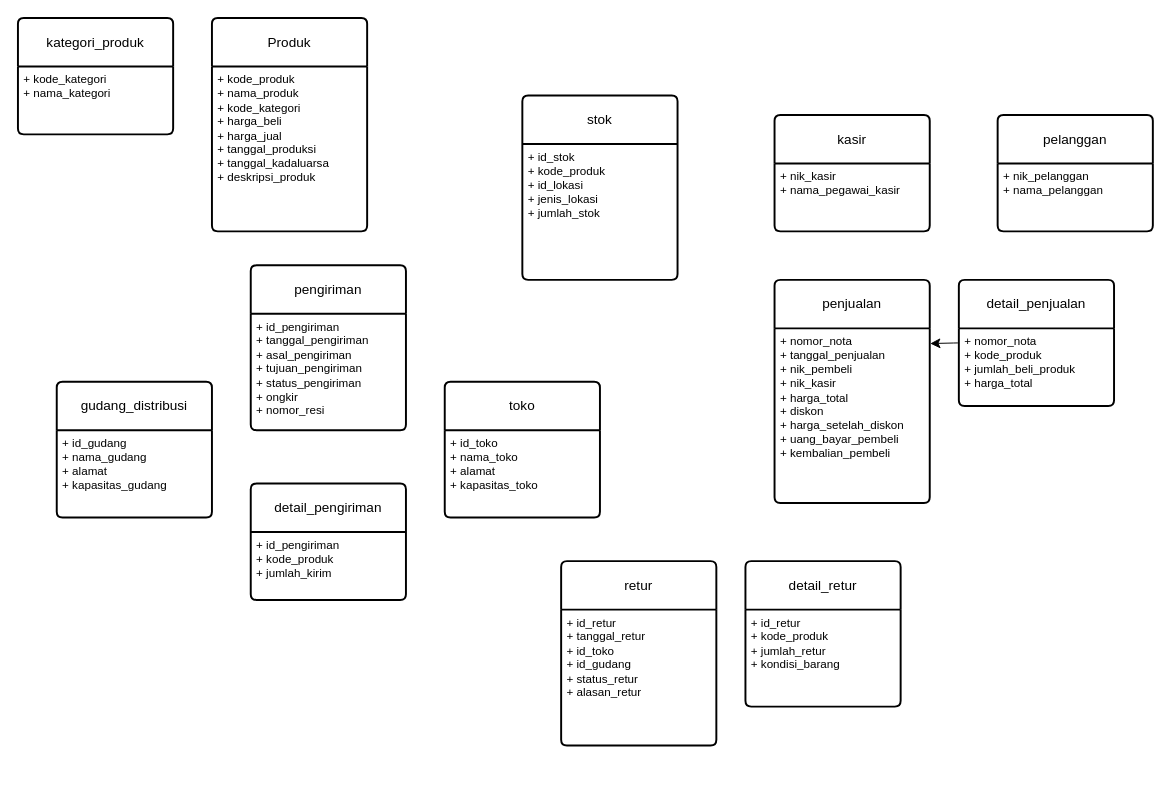
Earlier version of the draw.io diagram pertemuan5.drawio (yohanCod3/contact-us-display). Source tidied: cells renumbered, new cells numbered last; positions are measured from the earlier drawing's top-left corner, leaving out a move shared by most shapes. Both pictures are drawn from the tidied source at 97%, with x=0, y=0 at pixel (17, 17).
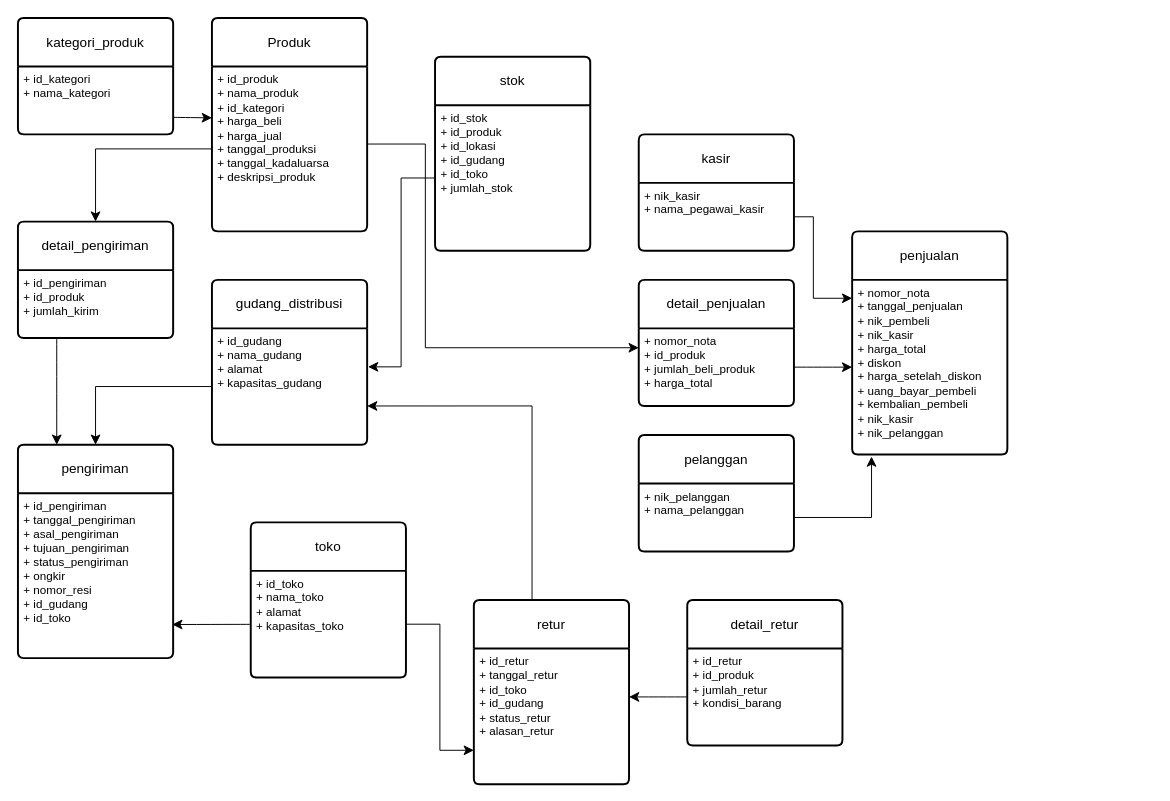
Above is the later version.

Unchanged cells that the change refers to:
```xml
<mxCell id="2" value="Produk" style="swimlane;horizontal=1;startSize=50;rounded=1;fontSize=14;fontStyle=0;strokeWidth=2;shadow=0;dashed=0;align=center;arcSize=4;whiteSpace=wrap;html=1;" parent="1" vertex="1">
  <mxGeometry x="200" width="160" height="220" as="geometry" />
</mxCell>
<mxCell id="4" value="kategori_produk" style="swimlane;horizontal=1;startSize=50;rounded=1;fontSize=14;fontStyle=0;strokeWidth=2;shadow=0;dashed=0;align=center;arcSize=4;whiteSpace=wrap;html=1;" parent="1" vertex="1">
  <mxGeometry width="160" height="120" as="geometry" />
</mxCell>
<mxCell id="13" value="+ nik_pelanggan&lt;br&gt;+ nama_pelanggan" style="align=left;strokeColor=none;fillColor=none;spacingLeft=4;spacingRight=4;fontSize=12;verticalAlign=top;html=1;whiteSpace=wrap;" parent="12" vertex="1">
  <mxGeometry y="50" width="160" height="70" as="geometry" />
</mxCell>
<mxCell id="17" value="+ nik_kasir&lt;br&gt;+ nama_pegawai_kasir" style="align=left;strokeColor=none;fillColor=none;spacingLeft=4;spacingRight=4;fontSize=12;verticalAlign=top;html=1;whiteSpace=wrap;" parent="16" vertex="1">
  <mxGeometry y="50" width="160" height="70" as="geometry" />
</mxCell>
<mxCell id="25" value="+ id_retur&lt;div&gt;+ tanggal_retur&lt;/div&gt;&lt;div&gt;+ id_toko&lt;/div&gt;&lt;div&gt;+ id_gudang&lt;/div&gt;&lt;div&gt;+ status_retur&lt;/div&gt;&lt;div&gt;+ alasan_retur&lt;/div&gt;" style="align=left;strokeColor=none;fillColor=none;spacingLeft=4;spacingRight=4;fontSize=12;verticalAlign=top;html=1;whiteSpace=wrap;" parent="24" vertex="1">
  <mxGeometry y="50" width="160" height="140" as="geometry" />
</mxCell>
```

The edit, as a diff of the source:
```diff
@@
-    <mxCell id="3" value="+ kode_produk&lt;div&gt;+ nama_produk&lt;/div&gt;&lt;div&gt;+ kode_kategori&lt;/div&gt;&lt;div&gt;+ harga_beli&lt;/div&gt;&lt;div&gt;+ harga_jual&lt;/div&gt;&lt;div&gt;+ tanggal_produksi&lt;/div&gt;&lt;div&gt;+ tanggal_kadaluarsa&lt;/div&gt;&lt;div&gt;+ deskripsi_produk&lt;/div&gt;" style="align=left;strokeColor=none;fillColor=none;spacingLeft=4;spacingRight=4;fontSize=12;verticalAlign=top;html=1;whiteSpace=wrap;" parent="2" vertex="1">
+    <mxCell id="3" value="+ id_produk&lt;div&gt;+ nama_produk&lt;/div&gt;&lt;div&gt;+ id_kategori&lt;/div&gt;&lt;div&gt;+ harga_beli&lt;/div&gt;&lt;div&gt;+ harga_jual&lt;/div&gt;&lt;div&gt;+ tanggal_produksi&lt;/div&gt;&lt;div&gt;+ tanggal_kadaluarsa&lt;/div&gt;&lt;div&gt;+ deskripsi_produk&lt;/div&gt;" style="align=left;strokeColor=none;fillColor=none;spacingLeft=4;spacingRight=4;fontSize=12;verticalAlign=top;html=1;whiteSpace=wrap;" parent="2" vertex="1">
       <mxGeometry y="50" width="160" height="170" as="geometry" />
     </mxCell>
@@
-    <mxCell id="5" value="+ kode_kategori&lt;div&gt;+ nama_kategori&lt;/div&gt;" style="align=left;strokeColor=none;fillColor=none;spacingLeft=4;spacingRight=4;fontSize=12;verticalAlign=top;html=1;whiteSpace=wrap;" parent="4" vertex="1">
+    <mxCell id="5" value="+ id_kategori&lt;div&gt;+ nama_kategori&lt;/div&gt;" style="align=left;strokeColor=none;fillColor=none;spacingLeft=4;spacingRight=4;fontSize=12;verticalAlign=top;html=1;whiteSpace=wrap;" parent="4" vertex="1">
       <mxGeometry y="50" width="160" height="70" as="geometry" />
     </mxCell>
     <mxCell id="6" value="gudang_distribusi" style="swimlane;horizontal=1;startSize=50;rounded=1;fontSize=14;fontStyle=0;strokeWidth=2;shadow=0;dashed=0;align=center;arcSize=4;whiteSpace=wrap;html=1;" parent="1" vertex="1">
-      <mxGeometry x="40" y="375" width="160" height="140" as="geometry" />
+      <mxGeometry x="200" y="270" width="160" height="170" as="geometry" />
     </mxCell>
-    <mxCell id="7" value="+ id_gudang&lt;div&gt;+ nama_gudang&lt;br&gt;+ alamat&lt;br&gt;+ kapasitas_gudang&lt;/div&gt;" style="align=left;strokeColor=none;fillColor=none;spacingLeft=4;spacingRight=4;fontSize=12;verticalAlign=top;html=1;whiteSpace=wrap;" parent="6" vertex="1">
-      <mxGeometry y="50" width="160" height="90" as="geometry" />
+    <mxCell id="7" value="+ id_gudang&lt;div&gt;+ nama_gudang&lt;br&gt;+ alamat&lt;br&gt;+ kapasitas_gudang&lt;br&gt;&lt;/div&gt;" style="align=left;strokeColor=none;fillColor=none;spacingLeft=4;spacingRight=4;fontSize=12;verticalAlign=top;html=1;whiteSpace=wrap;" parent="6" vertex="1">
+      <mxGeometry y="50" width="160" height="120" as="geometry" />
     </mxCell>
     <mxCell id="8" value="toko" style="swimlane;horizontal=1;startSize=50;rounded=1;fontSize=14;fontStyle=0;strokeWidth=2;shadow=0;dashed=0;align=center;arcSize=4;whiteSpace=wrap;html=1;" parent="1" vertex="1">
-      <mxGeometry x="440" y="375" width="160" height="140" as="geometry" />
+      <mxGeometry x="240" y="520" width="160" height="160" as="geometry" />
     </mxCell>
     <mxCell id="9" value="+ id_toko&lt;div&gt;+ nama_toko&lt;/div&gt;&lt;div&gt;+ alamat&lt;br&gt;+ kapasitas_toko&lt;/div&gt;" style="align=left;strokeColor=none;fillColor=none;spacingLeft=4;spacingRight=4;fontSize=12;verticalAlign=top;html=1;whiteSpace=wrap;" parent="8" vertex="1">
-      <mxGeometry y="50" width="160" height="90" as="geometry" />
+      <mxGeometry y="50" width="160" height="110" as="geometry" />
     </mxCell>
     <mxCell id="10" value="penjualan" style="swimlane;horizontal=1;startSize=50;rounded=1;fontSize=14;fontStyle=0;strokeWidth=2;shadow=0;dashed=0;align=center;arcSize=4;whiteSpace=wrap;html=1;" parent="1" vertex="1">
-      <mxGeometry x="780" y="270" width="160" height="230" as="geometry" />
+      <mxGeometry x="860" y="220" width="160" height="230" as="geometry" />
     </mxCell>
-    <mxCell id="11" value="+ nomor_nota&lt;div&gt;+ tanggal_penjualan&lt;/div&gt;&lt;div&gt;+ nik_pembeli&lt;/div&gt;&lt;div&gt;+ nik_kasir&lt;/div&gt;&lt;div&gt;+ harga_total&lt;/div&gt;&lt;div&gt;+ diskon&lt;/div&gt;&lt;div&gt;+ harga_setelah_diskon&lt;br&gt;+ uang_bayar_pembeli&lt;br&gt;+ kembalian_pembeli&lt;/div&gt;" style="align=left;strokeColor=none;fillColor=none;spacingLeft=4;spacingRight=4;fontSize=12;verticalAlign=top;html=1;whiteSpace=wrap;" parent="10" vertex="1">
+    <mxCell id="11" value="+ nomor_nota&lt;div&gt;+ tanggal_penjualan&lt;/div&gt;&lt;div&gt;+ nik_pembeli&lt;/div&gt;&lt;div&gt;+ nik_kasir&lt;/div&gt;&lt;div&gt;+ harga_total&lt;/div&gt;&lt;div&gt;+ diskon&lt;/div&gt;&lt;div&gt;+ harga_setelah_diskon&lt;br&gt;+ uang_bayar_pembeli&lt;br&gt;+ kembalian_pembeli&lt;/div&gt;&lt;div&gt;+ nik_kasir&lt;br&gt;+ nik_pelanggan&lt;/div&gt;" style="align=left;strokeColor=none;fillColor=none;spacingLeft=4;spacingRight=4;fontSize=12;verticalAlign=top;html=1;whiteSpace=wrap;" parent="10" vertex="1">
       <mxGeometry y="50" width="160" height="180" as="geometry" />
     </mxCell>
     <mxCell id="12" value="pelanggan" style="swimlane;horizontal=1;startSize=50;rounded=1;fontSize=14;fontStyle=0;strokeWidth=2;shadow=0;dashed=0;align=center;arcSize=4;whiteSpace=wrap;html=1;" parent="1" vertex="1">
-      <mxGeometry x="1010" y="100" width="160" height="120" as="geometry" />
+      <mxGeometry x="640" y="430" width="160" height="120" as="geometry" />
     </mxCell>
@@
     <mxCell id="14" value="detail_penjualan" style="swimlane;horizontal=1;startSize=50;rounded=1;fontSize=14;fontStyle=0;strokeWidth=2;shadow=0;dashed=0;align=center;arcSize=4;whiteSpace=wrap;html=1;" parent="1" vertex="1">
-      <mxGeometry x="970" y="270" width="160" height="130" as="geometry" />
+      <mxGeometry x="640" y="270" width="160" height="130" as="geometry" />
     </mxCell>
-    <mxCell id="15" value="+ nomor_nota&lt;div&gt;+ kode_produk&lt;br&gt;+ jumlah_beli_produk&lt;br&gt;+ harga_total&lt;/div&gt;" style="align=left;strokeColor=none;fillColor=none;spacingLeft=4;spacingRight=4;fontSize=12;verticalAlign=top;html=1;whiteSpace=wrap;" parent="14" vertex="1">
+    <mxCell id="15" value="+ nomor_nota&lt;div&gt;+ id_produk&lt;br&gt;+ jumlah_beli_produk&lt;br&gt;+ harga_total&lt;/div&gt;" style="align=left;strokeColor=none;fillColor=none;spacingLeft=4;spacingRight=4;fontSize=12;verticalAlign=top;html=1;whiteSpace=wrap;" parent="14" vertex="1">
       <mxGeometry y="50" width="160" height="80" as="geometry" />
     </mxCell>
     <mxCell id="16" value="kasir" style="swimlane;horizontal=1;startSize=50;rounded=1;fontSize=14;fontStyle=0;strokeWidth=2;shadow=0;dashed=0;align=center;arcSize=4;whiteSpace=wrap;html=1;" parent="1" vertex="1">
-      <mxGeometry x="780" y="100" width="160" height="120" as="geometry" />
+      <mxGeometry x="640" y="120" width="160" height="120" as="geometry" />
     </mxCell>
@@
     <mxCell id="18" value="pengiriman" style="swimlane;horizontal=1;startSize=50;rounded=1;fontSize=14;fontStyle=0;strokeWidth=2;shadow=0;dashed=0;align=center;arcSize=4;whiteSpace=wrap;html=1;" parent="1" vertex="1">
-      <mxGeometry x="240" y="255" width="160" height="170" as="geometry" />
+      <mxGeometry y="440" width="160" height="220" as="geometry" />
     </mxCell>
-    <mxCell id="19" value="+ id_pengiriman&lt;br&gt;+ tanggal_pengiriman&lt;br&gt;+ asal_pengiriman&lt;div&gt;+ tujuan_pengiriman&lt;br&gt;+ status_pengiriman&lt;/div&gt;&lt;div&gt;+ ongkir&lt;/div&gt;&lt;div&gt;+ nomor_resi&lt;/div&gt;" style="align=left;strokeColor=none;fillColor=none;spacingLeft=4;spacingRight=4;fontSize=12;verticalAlign=top;html=1;whiteSpace=wrap;" parent="18" vertex="1">
-      <mxGeometry y="50" width="160" height="120" as="geometry" />
+    <mxCell id="19" value="+ id_pengiriman&lt;br&gt;+ tanggal_pengiriman&lt;br&gt;+ asal_pengiriman&lt;div&gt;+ tujuan_pengiriman&lt;br&gt;+ status_pengiriman&lt;/div&gt;&lt;div&gt;+ ongkir&lt;/div&gt;&lt;div&gt;+ nomor_resi&lt;/div&gt;&lt;div&gt;+ id_gudang&lt;/div&gt;&lt;div&gt;+ id_toko&lt;/div&gt;" style="align=left;strokeColor=none;fillColor=none;spacingLeft=4;spacingRight=4;fontSize=12;verticalAlign=top;html=1;whiteSpace=wrap;" parent="18" vertex="1">
+      <mxGeometry y="50" width="160" height="170" as="geometry" />
     </mxCell>
+    <mxCell id="29" style="edgeStyle=none;curved=1;rounded=0;jettySize=auto;html=1;exitX=0.25;exitY=1;exitDx=0;exitDy=0;entryX=0.25;entryY=0;entryDx=0;entryDy=0;fontSize=12;startSize=8;endSize=8;" parent="1" edge="1" source="20" target="18">
+      <mxGeometry relative="1" as="geometry" />
+    </mxCell>
     <mxCell id="20" value="detail_pengiriman" style="swimlane;horizontal=1;startSize=50;rounded=1;fontSize=14;fontStyle=0;strokeWidth=2;shadow=0;dashed=0;align=center;arcSize=4;whiteSpace=wrap;html=1;" parent="1" vertex="1">
-      <mxGeometry x="240" y="480" width="160" height="120" as="geometry" />
+      <mxGeometry y="210" width="160" height="120" as="geometry" />
     </mxCell>
-    <mxCell id="21" value="+ id_pengiriman&lt;div&gt;+ kode_produk&lt;br&gt;+ jumlah_kirim&lt;/div&gt;" style="align=left;strokeColor=none;fillColor=none;spacingLeft=4;spacingRight=4;fontSize=12;verticalAlign=top;html=1;whiteSpace=wrap;" parent="20" vertex="1">
+    <mxCell id="21" value="+ id_pengiriman&lt;div&gt;+ id_produk&lt;br&gt;+ jumlah_kirim&lt;/div&gt;" style="align=left;strokeColor=none;fillColor=none;spacingLeft=4;spacingRight=4;fontSize=12;verticalAlign=top;html=1;whiteSpace=wrap;" parent="20" vertex="1">
       <mxGeometry y="50" width="160" height="70" as="geometry" />
     </mxCell>
     <mxCell id="22" value="stok" style="swimlane;horizontal=1;startSize=50;rounded=1;fontSize=14;fontStyle=0;strokeWidth=2;shadow=0;dashed=0;align=center;arcSize=4;whiteSpace=wrap;html=1;" parent="1" vertex="1">
-      <mxGeometry x="520" y="80" width="160" height="190" as="geometry" />
+      <mxGeometry x="430" y="40" width="160" height="200" as="geometry" />
     </mxCell>
-    <mxCell id="23" value="+ id_stok&lt;div&gt;+ kode_produk&lt;/div&gt;&lt;div&gt;+ id_lokasi&lt;/div&gt;&lt;div&gt;+ jenis_lokasi&lt;/div&gt;&lt;div&gt;+ jumlah_stok&lt;/div&gt;" style="align=left;strokeColor=none;fillColor=none;spacingLeft=4;spacingRight=4;fontSize=12;verticalAlign=top;html=1;whiteSpace=wrap;" parent="22" vertex="1">
-      <mxGeometry y="50" width="160" height="140" as="geometry" />
+    <mxCell id="23" value="+ id_stok&lt;div&gt;+ id_produk&lt;/div&gt;&lt;div&gt;+ id_lokasi&lt;/div&gt;&lt;div&gt;+ id_gudang&lt;/div&gt;&lt;div&gt;+ id_toko&lt;/div&gt;&lt;div&gt;+ jumlah_stok&lt;/div&gt;" style="align=left;strokeColor=none;fillColor=none;spacingLeft=4;spacingRight=4;fontSize=12;verticalAlign=top;html=1;whiteSpace=wrap;" parent="22" vertex="1">
+      <mxGeometry y="50" width="160" height="150" as="geometry" />
     </mxCell>
     <mxCell id="24" value="retur" style="swimlane;horizontal=1;startSize=50;rounded=1;fontSize=14;fontStyle=0;strokeWidth=2;shadow=0;dashed=0;align=center;arcSize=4;whiteSpace=wrap;html=1;" parent="1" vertex="1">
-      <mxGeometry x="560" y="560" width="160" height="190" as="geometry" />
+      <mxGeometry x="470" y="600" width="160" height="190" as="geometry" />
     </mxCell>
@@
     <mxCell id="26" value="detail_retur" style="swimlane;horizontal=1;startSize=50;rounded=1;fontSize=14;fontStyle=0;strokeWidth=2;shadow=0;dashed=0;align=center;arcSize=4;whiteSpace=wrap;html=1;" parent="1" vertex="1">
-      <mxGeometry x="750" y="560" width="160" height="150" as="geometry" />
+      <mxGeometry x="690" y="600" width="160" height="150" as="geometry" />
     </mxCell>
-    <mxCell id="27" value="+ id_retur&lt;div&gt;+ kode_produk&lt;br&gt;+ jumlah_retur&lt;/div&gt;&lt;div&gt;+ kondisi_barang&lt;/div&gt;" style="align=left;strokeColor=none;fillColor=none;spacingLeft=4;spacingRight=4;fontSize=12;verticalAlign=top;html=1;whiteSpace=wrap;" parent="26" vertex="1">
+    <mxCell id="27" value="+ id_retur&lt;div&gt;+ id_produk&lt;br&gt;+ jumlah_retur&lt;/div&gt;&lt;div&gt;+ kondisi_barang&lt;/div&gt;" style="align=left;strokeColor=none;fillColor=none;spacingLeft=4;spacingRight=4;fontSize=12;verticalAlign=top;html=1;whiteSpace=wrap;" parent="26" vertex="1">
       <mxGeometry y="50" width="160" height="100" as="geometry" />
     </mxCell>
-    <mxCell id="28" style="edgeStyle=none;curved=1;rounded=0;jettySize=auto;html=1;exitX=0;exitY=0.5;exitDx=0;exitDy=0;entryX=1.003;entryY=0.087;entryDx=0;entryDy=0;entryPerimeter=0;fontSize=12;startSize=8;endSize=8;" parent="1" edge="1" source="14" target="11">
-      <mxGeometry relative="1" as="geometry" />
-    </mxCell>
+    <mxCell id="30" style="edgeStyle=none;curved=1;rounded=0;jettySize=auto;html=1;exitX=1;exitY=0.75;exitDx=0;exitDy=0;entryX=0.001;entryY=0.314;entryDx=0;entryDy=0;entryPerimeter=0;fontSize=12;startSize=8;endSize=8;" parent="1" edge="1" source="5" target="3">
+      <mxGeometry relative="1" as="geometry">
+        <Array as="points">
+          <mxPoint x="200" y="103" />
+        </Array>
+      </mxGeometry>
+    </mxCell>
+    <mxCell id="31" style="edgeStyle=none;curved=1;rounded=0;jettySize=auto;html=1;entryX=1;entryY=0.357;entryDx=0;entryDy=0;entryPerimeter=0;fontSize=12;startSize=8;endSize=8;" parent="1" edge="1" source="27" target="25">
+      <mxGeometry relative="1" as="geometry" />
+    </mxCell>
+    <mxCell id="32" style="edgeStyle=orthogonalEdgeStyle;rounded=0;jettySize=auto;html=1;fontSize=12;startSize=8;endSize=8;entryX=0.5;entryY=0;entryDx=0;entryDy=0;" parent="1" edge="1" source="7" target="18">
+      <mxGeometry relative="1" as="geometry" />
+    </mxCell>
+    <mxCell id="33" style="edgeStyle=orthogonalEdgeStyle;rounded=0;jettySize=auto;html=1;fontSize=12;startSize=8;endSize=8;entryX=0.5;entryY=0;entryDx=0;entryDy=0;" parent="1" edge="1" source="3" target="20">
+      <mxGeometry relative="1" as="geometry" />
+    </mxCell>
+    <mxCell id="34" style="edgeStyle=orthogonalEdgeStyle;rounded=0;jettySize=auto;html=1;fontSize=12;startSize=8;endSize=8;entryX=1.006;entryY=0.331;entryDx=0;entryDy=0;entryPerimeter=0;" parent="1" edge="1" source="23" target="7">
+      <mxGeometry relative="1" as="geometry" />
+    </mxCell>
+    <mxCell id="35" style="edgeStyle=none;curved=1;rounded=0;jettySize=auto;html=1;entryX=0.994;entryY=0.796;entryDx=0;entryDy=0;entryPerimeter=0;fontSize=12;startSize=8;endSize=8;" parent="1" edge="1" source="9" target="19">
+      <mxGeometry relative="1" as="geometry" />
+    </mxCell>
+    <mxCell id="36" style="edgeStyle=orthogonalEdgeStyle;rounded=0;jettySize=auto;html=1;fontSize=12;startSize=8;endSize=8;entryX=0;entryY=0.75;entryDx=0;entryDy=0;" parent="1" edge="1" source="9" target="25">
+      <mxGeometry relative="1" as="geometry" />
+    </mxCell>
+    <mxCell id="37" style="edgeStyle=orthogonalEdgeStyle;rounded=0;jettySize=auto;html=1;entryX=1;entryY=0.667;entryDx=0;entryDy=0;entryPerimeter=0;fontSize=12;startSize=8;endSize=8;" parent="1" edge="1" source="24" target="7">
+      <mxGeometry relative="1" as="geometry">
+        <Array as="points">
+          <mxPoint x="530" y="400" />
+        </Array>
+      </mxGeometry>
+    </mxCell>
+    <mxCell id="38" style="edgeStyle=orthogonalEdgeStyle;rounded=0;jettySize=auto;html=1;entryX=0;entryY=0.25;entryDx=0;entryDy=0;fontSize=12;startSize=8;endSize=8;" parent="1" edge="1" source="3" target="15">
+      <mxGeometry relative="1" as="geometry">
+        <Array as="points">
+          <mxPoint x="420" y="130" />
+          <mxPoint x="420" y="340" />
+        </Array>
+      </mxGeometry>
+    </mxCell>
+    <mxCell id="39" style="edgeStyle=none;curved=1;rounded=0;jettySize=auto;html=1;entryX=0;entryY=0.5;entryDx=0;entryDy=0;fontSize=12;startSize=8;endSize=8;" parent="1" edge="1" source="15" target="11">
+      <mxGeometry relative="1" as="geometry" />
+    </mxCell>
+    <mxCell id="40" style="edgeStyle=orthogonalEdgeStyle;rounded=0;jettySize=auto;html=1;fontSize=12;startSize=8;endSize=8;" parent="1" edge="1" source="17">
+      <mxGeometry relative="1" as="geometry">
+        <mxPoint x="860" y="289" as="targetPoint" />
+        <Array as="points">
+          <mxPoint x="820" y="205" />
+          <mxPoint x="820" y="289" />
+        </Array>
+      </mxGeometry>
+    </mxCell>
+    <mxCell id="41" style="edgeStyle=none;curved=0;rounded=0;jettySize=auto;html=1;entryX=0.125;entryY=1.012;entryDx=0;entryDy=0;entryPerimeter=0;fontSize=12;startSize=8;endSize=8;" parent="1" edge="1" source="13" target="11">
+      <mxGeometry relative="1" as="geometry">
+        <Array as="points">
+          <mxPoint x="880" y="515" />
+        </Array>
+      </mxGeometry>
+    </mxCell>
```
